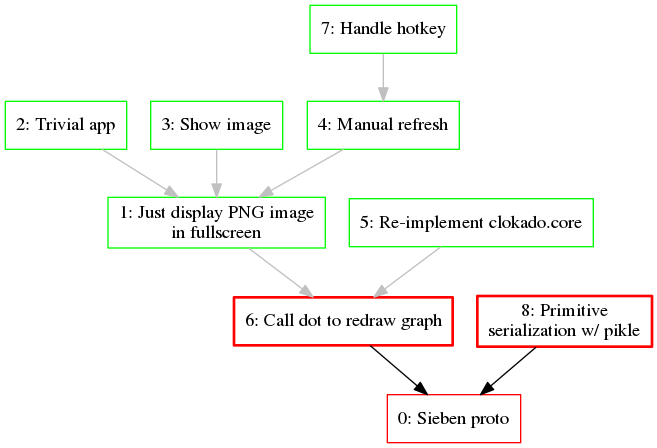
Before: doc/work.png, a diagram exported from Graphviz (ahitrin/SiebenApp). Its source is kept beside it as doc/work.dot.
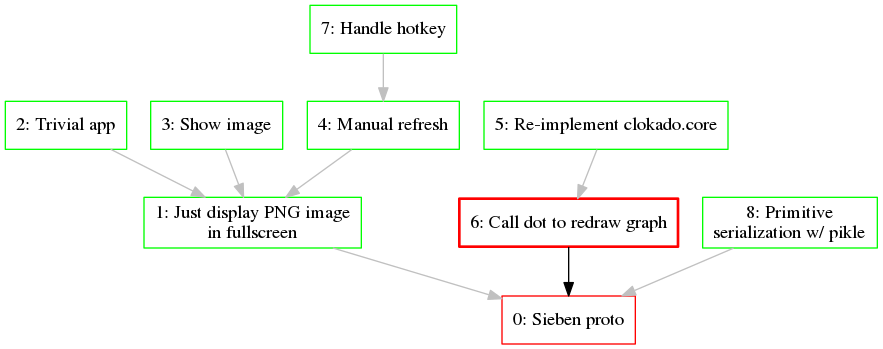
After the change.

The edit, as a diff of the source:
```diff
@@ -9,13 +9,13 @@
 6 [label="6: Call dot to redraw graph", color="red", shape="box", style="bold"];
 7 [label="7: Handle hotkey", color="green", shape="box"];
 8 [label="8: Primitive
-serialization w/ pikle", color="red", shape="box", style="bold"];
-1 -> 6 [color="grey"];
+serialization w/ pikle", color="green", shape="box"];
+1 -> 0 [color="grey"];
 2 -> 1 [color="grey"];
 3 -> 1 [color="grey"];
 4 -> 1 [color="grey"];
 5 -> 6 [color="grey"];
 6 -> 0 [color="black"];
 7 -> 4 [color="grey"];
-8 -> 0 [color="black"];
+8 -> 0 [color="grey"];
 }
```
